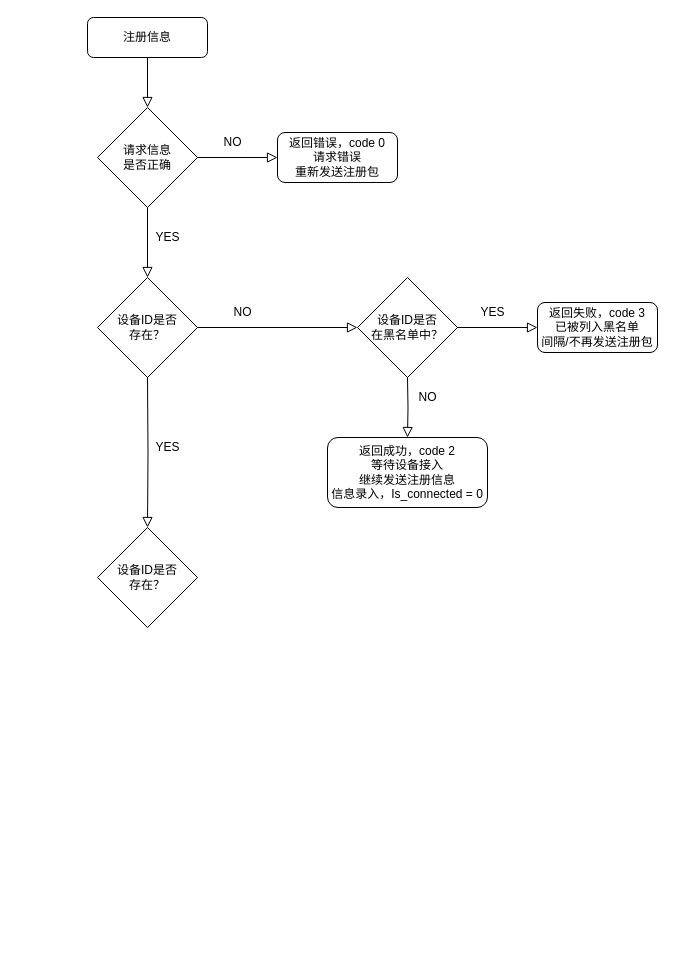
Before: Untitled Diagram.drawio in Ltuzhi/diagrams, a draw.io diagram. Source tidied: cells renumbered, new cells numbered last; positions are measured from the earlier drawing's top-left corner, leaving out a move shared by most shapes. Both pictures are drawn from the tidied source at 100%, with x=0, y=0 at pixel (87, 17).
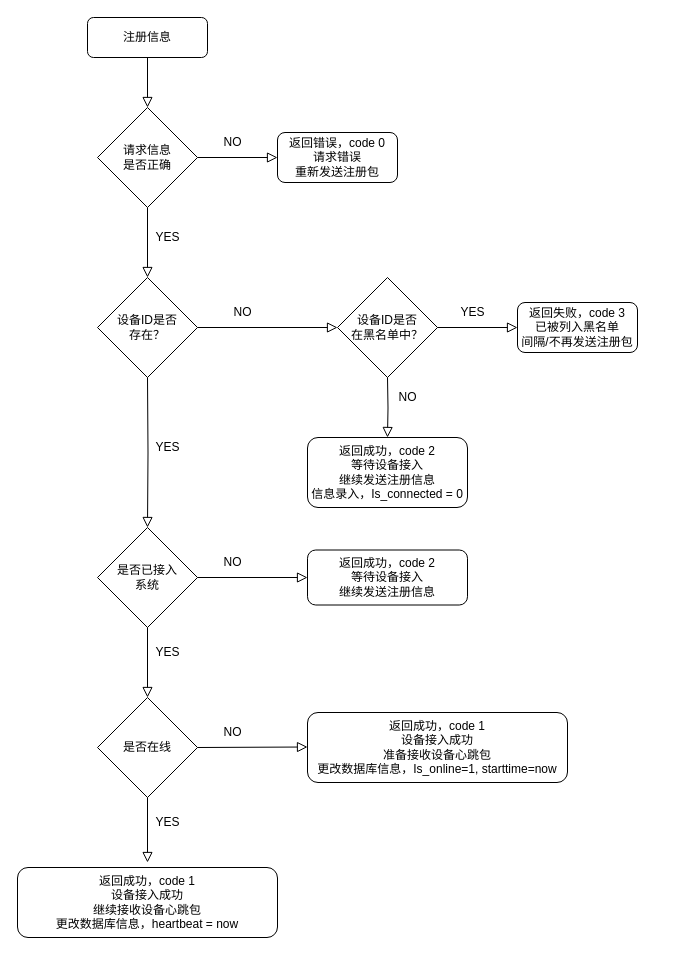
Above is the later version.

The edit, as a diff of the source:
```diff
@@
     <mxCell id="4" value="设备ID是否&lt;br&gt;在黑名单中？" style="rhombus;whiteSpace=wrap;html=1;rounded=0;" parent="1" vertex="1">
-      <mxGeometry x="270" y="260" width="100" height="100" as="geometry" />
+      <mxGeometry x="250" y="260" width="100" height="100" as="geometry" />
     </mxCell>
@@
     <mxCell id="14" style="rounded=0;html=1;jettySize=auto;fontSize=11;endArrow=block;endFill=0;endSize=8;strokeWidth=1;shadow=0;labelBackgroundColor=none;edgeStyle=orthogonalEdgeStyle;entryX=0.5;entryY=0;entryDx=0;entryDy=0;" parent="1" edge="1" target="19">
       <mxGeometry relative="1" as="geometry">
-        <mxPoint x="320" y="360" as="sourcePoint" />
+        <mxPoint x="300" y="360" as="sourcePoint" />
       </mxGeometry>
     </mxCell>
     <mxCell id="15" value="返回失败，code 3&lt;br&gt;已被列入黑名单&lt;br&gt;间隔/不再发送注册包" style="rounded=1;whiteSpace=wrap;html=1;" parent="1" vertex="1">
-      <mxGeometry x="450" y="285" width="120" height="50" as="geometry" />
+      <mxGeometry x="430" y="285" width="120" height="50" as="geometry" />
     </mxCell>
     <mxCell id="16" style="endArrow=block;html=1;shadow=0;labelBackgroundColor=none;endSize=8;strokeWidth=1;endFill=0;rounded=0;" parent="1" edge="1" target="15">
       <mxGeometry relative="1" as="geometry">
-        <mxPoint x="370" y="310" as="sourcePoint" />
+        <mxPoint x="350" y="310" as="sourcePoint" />
       </mxGeometry>
     </mxCell>
     <mxCell id="17" value="YES" style="text;html=1;align=center;verticalAlign=middle;strokeColor=none;" parent="1" vertex="1">
-      <mxGeometry x="385" y="285" width="40" height="20" as="geometry" />
+      <mxGeometry x="365" y="285" width="40" height="20" as="geometry" />
     </mxCell>
     <mxCell id="18" value="NO" style="text;html=1;align=center;verticalAlign=middle;strokeColor=none;" parent="1" vertex="1">
-      <mxGeometry x="325" y="370" width="30" height="20" as="geometry" />
+      <mxGeometry x="305" y="370" width="30" height="20" as="geometry" />
     </mxCell>
     <mxCell id="19" value="返回成功，code 2&lt;br&gt;等待设备接入&lt;br&gt;继续发送注册信息&lt;br&gt;信息录入，Is_connected = 0" style="rounded=1;whiteSpace=wrap;html=1;" parent="1" vertex="1">
-      <mxGeometry x="240" y="420" width="160" height="70" as="geometry" />
+      <mxGeometry x="220" y="420" width="160" height="70" as="geometry" />
     </mxCell>
@@
-    <mxCell id="22" value="设备ID是否&lt;br&gt;存在？" style="rhombus;whiteSpace=wrap;html=1;rounded=0;" parent="1" vertex="1">
+    <mxCell id="22" value="是否已接入&lt;br&gt;系统" style="rhombus;whiteSpace=wrap;html=1;rounded=0;" parent="1" vertex="1">
       <mxGeometry x="10" y="510" width="100" height="100" as="geometry" />
     </mxCell>
+    <mxCell id="23" style="rounded=0;html=1;jettySize=auto;fontSize=11;endArrow=block;endFill=0;endSize=8;strokeWidth=1;shadow=0;labelBackgroundColor=none;edgeStyle=orthogonalEdgeStyle;entryX=0.5;entryY=0;entryDx=0;entryDy=0;exitX=0.5;exitY=1;exitDx=0;exitDy=0;exitPerimeter=0;" parent="1" edge="1" source="22" target="28">
+      <mxGeometry relative="1" as="geometry" />
+    </mxCell>
+    <mxCell id="24" style="endArrow=block;html=1;shadow=0;labelBackgroundColor=none;endSize=8;strokeWidth=1;endFill=0;rounded=0;entryX=0;entryY=0.5;entryDx=0;entryDy=0;" parent="1" edge="1" target="27">
+      <mxGeometry relative="1" as="geometry">
+        <mxPoint x="110" y="560" as="sourcePoint" />
+      </mxGeometry>
+    </mxCell>
+    <mxCell id="25" value="NO" style="text;html=1;align=center;verticalAlign=middle;strokeColor=none;" parent="1" vertex="1">
+      <mxGeometry x="130" y="535" width="30" height="20" as="geometry" />
+    </mxCell>
+    <mxCell id="26" value="YES" style="text;html=1;align=center;verticalAlign=middle;strokeColor=none;" parent="1" vertex="1">
+      <mxGeometry x="60" y="625" width="40" height="20" as="geometry" />
+    </mxCell>
+    <mxCell id="27" value="返回成功，code 2&lt;br&gt;等待设备接入&lt;br&gt;继续发送注册信息" style="rounded=1;whiteSpace=wrap;html=1;" parent="1" vertex="1">
+      <mxGeometry x="220" y="532.5" width="160" height="55" as="geometry" />
+    </mxCell>
+    <mxCell id="28" value="是否在线" style="rhombus;whiteSpace=wrap;html=1;rounded=0;" parent="1" vertex="1">
+      <mxGeometry x="10" y="680" width="100" height="100" as="geometry" />
+    </mxCell>
+    <mxCell id="29" style="rounded=0;html=1;jettySize=auto;fontSize=11;endArrow=block;endFill=0;endSize=8;strokeWidth=1;shadow=0;labelBackgroundColor=none;edgeStyle=orthogonalEdgeStyle;entryX=0.5;entryY=0;entryDx=0;entryDy=0;exitX=0.5;exitY=1;exitDx=0;exitDy=0;exitPerimeter=0;" parent="1" edge="1" source="28">
+      <mxGeometry relative="1" as="geometry">
+        <mxPoint x="60" y="845" as="targetPoint" />
+      </mxGeometry>
+    </mxCell>
+    <mxCell id="30" style="endArrow=block;html=1;shadow=0;labelBackgroundColor=none;endSize=8;strokeWidth=1;endFill=0;rounded=0;" parent="1" edge="1">
+      <mxGeometry relative="1" as="geometry">
+        <mxPoint x="110" y="730" as="sourcePoint" />
+        <mxPoint x="220" y="729.5" as="targetPoint" />
+      </mxGeometry>
+    </mxCell>
+    <mxCell id="31" value="NO" style="text;html=1;align=center;verticalAlign=middle;strokeColor=none;" parent="1" vertex="1">
+      <mxGeometry x="130" y="705" width="30" height="20" as="geometry" />
+    </mxCell>
+    <mxCell id="32" value="YES" style="text;html=1;align=center;verticalAlign=middle;strokeColor=none;" parent="1" vertex="1">
+      <mxGeometry x="60" y="795" width="40" height="20" as="geometry" />
+    </mxCell>
+    <mxCell id="33" value="返回成功，code 1&lt;br&gt;设备接入成功&lt;br&gt;准备接收设备心跳包&lt;br&gt;更改数据库信息，Is_online=1, starttime=now" style="rounded=1;whiteSpace=wrap;html=1;" parent="1" vertex="1">
+      <mxGeometry x="220" y="695" width="260" height="70" as="geometry" />
+    </mxCell>
+    <mxCell id="34" value="返回成功，code 1&lt;br&gt;设备接入成功&lt;br&gt;继续接收设备心跳包&lt;br&gt;更改数据库信息，heartbeat = now" style="rounded=1;whiteSpace=wrap;html=1;" parent="1" vertex="1">
+      <mxGeometry x="-70" y="850" width="260" height="70" as="geometry" />
+    </mxCell>
```
